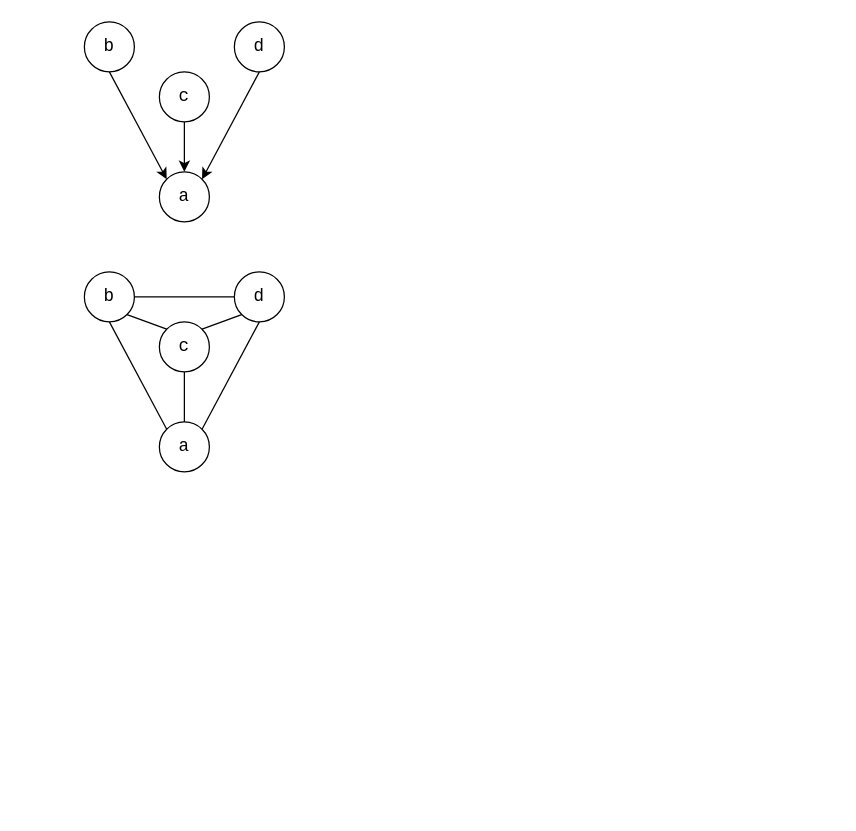
IshiKura-a/Machine_Learing keeps this draw.io diagram as img/img.drawio. Above is the earlier version. Source tidied: cells renumbered, new cells numbered last; positions are measured from the earlier drawing's top-left corner, leaving out a move shared by most shapes. Both pictures are drawn from the tidied source at 125%, with x=0, y=0 at pixel (84, 21).
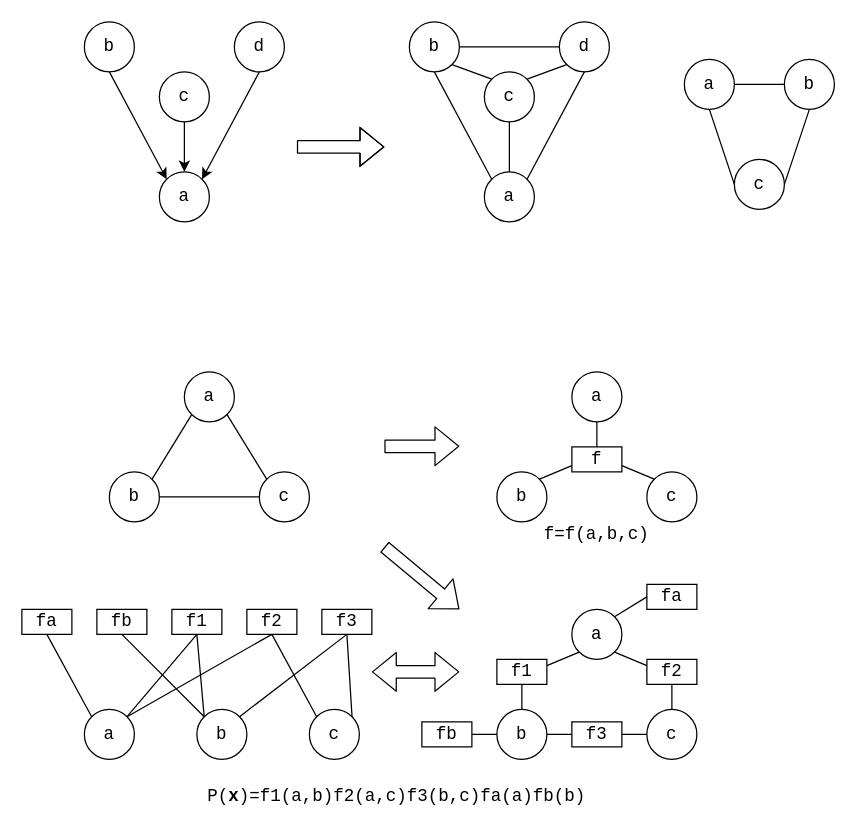
The same diagram, later.

What changed in the source:
```diff
@@
     <mxCell id="9" value="&lt;font face=&quot;Courier New&quot; style=&quot;font-size: 14px&quot;&gt;d&lt;/font&gt;" style="ellipse;whiteSpace=wrap;html=1;" parent="1" vertex="1">
-      <mxGeometry x="120" y="200" width="40" height="40" as="geometry" />
+      <mxGeometry x="380" width="40" height="40" as="geometry" />
     </mxCell>
     <mxCell id="10" value="&lt;font face=&quot;Courier New&quot; style=&quot;font-size: 14px&quot;&gt;c&lt;/font&gt;" style="ellipse;whiteSpace=wrap;html=1;" parent="1" vertex="1">
-      <mxGeometry x="60" y="240" width="40" height="40" as="geometry" />
+      <mxGeometry x="320" y="40" width="40" height="40" as="geometry" />
     </mxCell>
     <mxCell id="11" value="&lt;font face=&quot;Courier New&quot; style=&quot;font-size: 14px&quot;&gt;a&lt;/font&gt;" style="ellipse;whiteSpace=wrap;html=1;" parent="1" vertex="1">
-      <mxGeometry x="60" y="320" width="40" height="40" as="geometry" />
+      <mxGeometry x="320" y="120" width="40" height="40" as="geometry" />
     </mxCell>
     <mxCell id="12" value="&lt;font face=&quot;Courier New&quot; style=&quot;font-size: 14px&quot;&gt;b&lt;/font&gt;" style="ellipse;whiteSpace=wrap;html=1;" parent="1" vertex="1">
-      <mxGeometry y="200" width="40" height="40" as="geometry" />
+      <mxGeometry x="260" width="40" height="40" as="geometry" />
     </mxCell>
@@
+    <mxCell id="19" style="shape=flexArrow;endArrow=classic;html=1;" parent="1" edge="1">
+      <mxGeometry relative="1" as="geometry">
+        <mxPoint x="170" y="100" as="sourcePoint" />
+        <mxPoint x="240" y="100" as="targetPoint" />
+        <Array as="points">
+          <mxPoint x="200" y="100" />
+        </Array>
+      </mxGeometry>
+    </mxCell>
+    <mxCell id="20" value="&lt;font face=&quot;Courier New&quot; style=&quot;font-size: 14px&quot;&gt;a&lt;/font&gt;" style="ellipse;whiteSpace=wrap;html=1;" parent="1" vertex="1">
+      <mxGeometry x="80" y="280" width="40" height="40" as="geometry" />
+    </mxCell>
+    <mxCell id="21" value="&lt;font face=&quot;Courier New&quot; style=&quot;font-size: 14px&quot;&gt;c&lt;/font&gt;" style="ellipse;whiteSpace=wrap;html=1;" parent="1" vertex="1">
+      <mxGeometry x="140" y="360" width="40" height="40" as="geometry" />
+    </mxCell>
+    <mxCell id="22" value="&lt;font face=&quot;Courier New&quot; style=&quot;font-size: 14px&quot;&gt;b&lt;/font&gt;" style="ellipse;whiteSpace=wrap;html=1;" parent="1" vertex="1">
+      <mxGeometry x="20" y="360" width="40" height="40" as="geometry" />
+    </mxCell>
+    <mxCell id="23" style="endArrow=none;html=1;entryX=0;entryY=1;entryDx=0;entryDy=0;exitX=1;exitY=0;exitDx=0;exitDy=0;" parent="1" edge="1" source="22" target="20">
+      <mxGeometry relative="1" as="geometry" />
+    </mxCell>
+    <mxCell id="24" style="endArrow=none;html=1;entryX=1;entryY=1;entryDx=0;entryDy=0;exitX=0;exitY=0;exitDx=0;exitDy=0;" parent="1" edge="1" source="21" target="20">
+      <mxGeometry relative="1" as="geometry" />
+    </mxCell>
+    <mxCell id="25" style="endArrow=none;html=1;entryX=0;entryY=0.5;entryDx=0;entryDy=0;exitX=1;exitY=0.5;exitDx=0;exitDy=0;" parent="1" edge="1" source="22" target="21">
+      <mxGeometry relative="1" as="geometry" />
+    </mxCell>
+    <mxCell id="26" value="&lt;font face=&quot;Courier New&quot; style=&quot;font-size: 14px&quot;&gt;a&lt;/font&gt;" style="ellipse;whiteSpace=wrap;html=1;" parent="1" vertex="1">
+      <mxGeometry x="390" y="280" width="40" height="40" as="geometry" />
+    </mxCell>
+    <mxCell id="27" value="&lt;font face=&quot;Courier New&quot; style=&quot;font-size: 14px&quot;&gt;c&lt;/font&gt;" style="ellipse;whiteSpace=wrap;html=1;" parent="1" vertex="1">
+      <mxGeometry x="450" y="360" width="40" height="40" as="geometry" />
+    </mxCell>
+    <mxCell id="28" value="&lt;font face=&quot;Courier New&quot; style=&quot;font-size: 14px&quot;&gt;b&lt;/font&gt;" style="ellipse;whiteSpace=wrap;html=1;" parent="1" vertex="1">
+      <mxGeometry x="330" y="360" width="40" height="40" as="geometry" />
+    </mxCell>
+    <mxCell id="29" value="&lt;font face=&quot;Courier New&quot; style=&quot;font-size: 14px&quot;&gt;f&lt;/font&gt;" style="rounded=0;whiteSpace=wrap;html=1;" parent="1" vertex="1">
+      <mxGeometry x="390" y="340" width="40" height="20" as="geometry" />
+    </mxCell>
+    <mxCell id="30" style="endArrow=none;html=1;entryX=0.5;entryY=1;entryDx=0;entryDy=0;exitX=0.5;exitY=0;exitDx=0;exitDy=0;" parent="1" edge="1" source="29" target="26">
+      <mxGeometry relative="1" as="geometry" />
+    </mxCell>
+    <mxCell id="31" style="endArrow=none;html=1;entryX=0;entryY=0.75;entryDx=0;entryDy=0;exitX=1;exitY=0;exitDx=0;exitDy=0;" parent="1" edge="1" source="28" target="29">
+      <mxGeometry relative="1" as="geometry" />
+    </mxCell>
+    <mxCell id="32" style="endArrow=none;html=1;entryX=0;entryY=0;entryDx=0;entryDy=0;exitX=1;exitY=0.75;exitDx=0;exitDy=0;" parent="1" edge="1" source="29" target="27">
+      <mxGeometry relative="1" as="geometry" />
+    </mxCell>
+    <mxCell id="33" style="shape=flexArrow;endArrow=classic;html=1;" parent="1" edge="1">
+      <mxGeometry relative="1" as="geometry">
+        <mxPoint x="240" y="339.5" as="sourcePoint" />
+        <mxPoint x="300" y="339.5" as="targetPoint" />
+      </mxGeometry>
+    </mxCell>
+    <mxCell id="34" value="&lt;font face=&quot;Courier New&quot; style=&quot;font-size: 14px&quot;&gt;a&lt;/font&gt;" style="ellipse;whiteSpace=wrap;html=1;" parent="1" vertex="1">
+      <mxGeometry x="390" y="470" width="40" height="40" as="geometry" />
+    </mxCell>
+    <mxCell id="35" value="&lt;font face=&quot;Courier New&quot; style=&quot;font-size: 14px&quot;&gt;c&lt;/font&gt;" style="ellipse;whiteSpace=wrap;html=1;" parent="1" vertex="1">
+      <mxGeometry x="450" y="550" width="40" height="40" as="geometry" />
+    </mxCell>
+    <mxCell id="36" value="&lt;font face=&quot;Courier New&quot; style=&quot;font-size: 14px&quot;&gt;b&lt;/font&gt;" style="ellipse;whiteSpace=wrap;html=1;" parent="1" vertex="1">
+      <mxGeometry x="330" y="550" width="40" height="40" as="geometry" />
+    </mxCell>
+    <mxCell id="37" style="endArrow=none;html=1;entryX=0;entryY=1;entryDx=0;entryDy=0;exitX=1;exitY=0.25;exitDx=0;exitDy=0;" parent="1" edge="1" source="41" target="34">
+      <mxGeometry relative="1" as="geometry" />
+    </mxCell>
+    <mxCell id="38" style="endArrow=none;html=1;entryX=0.5;entryY=1;entryDx=0;entryDy=0;exitX=0.5;exitY=0;exitDx=0;exitDy=0;" parent="1" edge="1" source="36" target="41">
+      <mxGeometry relative="1" as="geometry" />
+    </mxCell>
+    <mxCell id="39" value="&lt;font face=&quot;Courier New&quot; style=&quot;font-size: 14px&quot;&gt;f2&lt;/font&gt;" style="rounded=0;whiteSpace=wrap;html=1;" parent="1" vertex="1">
+      <mxGeometry x="450" y="510" width="40" height="20" as="geometry" />
+    </mxCell>
+    <mxCell id="40" value="&lt;font face=&quot;Courier New&quot; style=&quot;font-size: 14px&quot;&gt;f3&lt;/font&gt;" style="rounded=0;whiteSpace=wrap;html=1;" parent="1" vertex="1">
+      <mxGeometry x="390" y="560" width="40" height="20" as="geometry" />
+    </mxCell>
+    <mxCell id="41" value="&lt;font face=&quot;Courier New&quot; style=&quot;font-size: 14px&quot;&gt;f1&lt;/font&gt;" style="rounded=0;whiteSpace=wrap;html=1;" parent="1" vertex="1">
+      <mxGeometry x="330" y="510" width="40" height="20" as="geometry" />
+    </mxCell>
+    <mxCell id="42" style="endArrow=none;html=1;entryX=1;entryY=1;entryDx=0;entryDy=0;exitX=0;exitY=0.25;exitDx=0;exitDy=0;" parent="1" edge="1" source="39" target="34">
+      <mxGeometry relative="1" as="geometry" />
+    </mxCell>
+    <mxCell id="43" style="endArrow=none;html=1;entryX=0;entryY=0.5;entryDx=0;entryDy=0;exitX=1;exitY=0.5;exitDx=0;exitDy=0;" parent="1" edge="1" source="36" target="40">
+      <mxGeometry relative="1" as="geometry" />
+    </mxCell>
+    <mxCell id="44" style="endArrow=none;html=1;entryX=0;entryY=0.5;entryDx=0;entryDy=0;exitX=1;exitY=0.5;exitDx=0;exitDy=0;" parent="1" edge="1" source="40" target="35">
+      <mxGeometry relative="1" as="geometry" />
+    </mxCell>
+    <mxCell id="45" style="endArrow=none;html=1;entryX=0.5;entryY=1;entryDx=0;entryDy=0;exitX=0.5;exitY=0;exitDx=0;exitDy=0;" parent="1" edge="1" source="35" target="39">
+      <mxGeometry relative="1" as="geometry" />
+    </mxCell>
+    <mxCell id="46" style="endArrow=none;html=1;entryX=1;entryY=0;entryDx=0;entryDy=0;" parent="1" edge="1" target="34">
+      <mxGeometry relative="1" as="geometry">
+        <mxPoint x="450" y="460" as="sourcePoint" />
+      </mxGeometry>
+    </mxCell>
+    <mxCell id="47" value="&lt;font face=&quot;Courier New&quot; style=&quot;font-size: 14px&quot;&gt;fa&lt;/font&gt;" style="rounded=0;whiteSpace=wrap;html=1;" parent="1" vertex="1">
+      <mxGeometry x="450" y="450" width="40" height="20" as="geometry" />
+    </mxCell>
+    <mxCell id="48" value="&lt;font face=&quot;Courier New&quot; style=&quot;font-size: 14px&quot;&gt;fb&lt;/font&gt;" style="rounded=0;whiteSpace=wrap;html=1;" parent="1" vertex="1">
+      <mxGeometry x="270" y="560" width="40" height="20" as="geometry" />
+    </mxCell>
+    <mxCell id="49" style="endArrow=none;html=1;entryX=1;entryY=0.5;entryDx=0;entryDy=0;exitX=0;exitY=0.5;exitDx=0;exitDy=0;" parent="1" edge="1" source="36" target="48">
+      <mxGeometry relative="1" as="geometry" />
+    </mxCell>
+    <mxCell id="50" style="shape=flexArrow;endArrow=classic;html=1;" parent="1" edge="1">
+      <mxGeometry relative="1" as="geometry">
+        <mxPoint x="240" y="420" as="sourcePoint" />
+        <mxPoint x="300" y="470" as="targetPoint" />
+      </mxGeometry>
+    </mxCell>
+    <mxCell id="51" style="shape=flexArrow;endArrow=classic;startArrow=classic;html=1;" parent="1" edge="1">
+      <mxGeometry relative="1" as="geometry">
+        <mxPoint x="230" y="520" as="sourcePoint" />
+        <mxPoint x="300" y="520" as="targetPoint" />
+      </mxGeometry>
+    </mxCell>
+    <mxCell id="52" value="&lt;font face=&quot;Courier New&quot; style=&quot;font-size: 14px&quot;&gt;f1&lt;/font&gt;" style="rounded=0;whiteSpace=wrap;html=1;" parent="1" vertex="1">
+      <mxGeometry x="70" y="470" width="40" height="20" as="geometry" />
+    </mxCell>
+    <mxCell id="53" value="&lt;font face=&quot;Courier New&quot; style=&quot;font-size: 14px&quot;&gt;f2&lt;/font&gt;" style="rounded=0;whiteSpace=wrap;html=1;" parent="1" vertex="1">
+      <mxGeometry x="130" y="470" width="40" height="20" as="geometry" />
+    </mxCell>
+    <mxCell id="54" value="&lt;font face=&quot;Courier New&quot; style=&quot;font-size: 14px&quot;&gt;f3&lt;/font&gt;" style="rounded=0;whiteSpace=wrap;html=1;" parent="1" vertex="1">
+      <mxGeometry x="190" y="470" width="40" height="20" as="geometry" />
+    </mxCell>
+    <mxCell id="55" value="&lt;font face=&quot;Courier New&quot; style=&quot;font-size: 14px&quot;&gt;fa&lt;/font&gt;" style="rounded=0;whiteSpace=wrap;html=1;" parent="1" vertex="1">
+      <mxGeometry x="-50" y="470" width="40" height="20" as="geometry" />
+    </mxCell>
+    <mxCell id="56" value="&lt;font face=&quot;Courier New&quot; style=&quot;font-size: 14px&quot;&gt;fb&lt;/font&gt;" style="rounded=0;whiteSpace=wrap;html=1;" parent="1" vertex="1">
+      <mxGeometry x="10" y="470" width="40" height="20" as="geometry" />
+    </mxCell>
+    <mxCell id="57" value="&lt;font face=&quot;Courier New&quot; style=&quot;font-size: 14px&quot;&gt;a&lt;/font&gt;" style="ellipse;whiteSpace=wrap;html=1;" parent="1" vertex="1">
+      <mxGeometry y="550" width="40" height="40" as="geometry" />
+    </mxCell>
+    <mxCell id="58" value="&lt;font face=&quot;Courier New&quot; style=&quot;font-size: 14px&quot;&gt;b&lt;/font&gt;" style="ellipse;whiteSpace=wrap;html=1;" parent="1" vertex="1">
+      <mxGeometry x="90" y="550" width="40" height="40" as="geometry" />
+    </mxCell>
+    <mxCell id="59" value="&lt;font face=&quot;Courier New&quot; style=&quot;font-size: 14px&quot;&gt;c&lt;/font&gt;" style="ellipse;whiteSpace=wrap;html=1;" parent="1" vertex="1">
+      <mxGeometry x="180" y="550" width="40" height="40" as="geometry" />
+    </mxCell>
+    <mxCell id="60" style="endArrow=none;html=1;entryX=0.5;entryY=1;entryDx=0;entryDy=0;exitX=0;exitY=0;exitDx=0;exitDy=0;" parent="1" edge="1" source="57" target="55">
+      <mxGeometry relative="1" as="geometry" />
+    </mxCell>
+    <mxCell id="61" style="endArrow=none;html=1;entryX=0.5;entryY=1;entryDx=0;entryDy=0;exitX=1;exitY=0;exitDx=0;exitDy=0;" parent="1" edge="1" source="57" target="52">
+      <mxGeometry relative="1" as="geometry" />
+    </mxCell>
+    <mxCell id="62" style="endArrow=none;html=1;entryX=0.5;entryY=1;entryDx=0;entryDy=0;exitX=1;exitY=0;exitDx=0;exitDy=0;" parent="1" edge="1" source="57" target="53">
+      <mxGeometry relative="1" as="geometry" />
+    </mxCell>
+    <mxCell id="63" style="endArrow=none;html=1;entryX=0.5;entryY=1;entryDx=0;entryDy=0;exitX=0;exitY=0;exitDx=0;exitDy=0;" parent="1" edge="1" source="58" target="56">
+      <mxGeometry relative="1" as="geometry" />
+    </mxCell>
+    <mxCell id="64" style="endArrow=none;html=1;entryX=0.5;entryY=1;entryDx=0;entryDy=0;exitX=0;exitY=0;exitDx=0;exitDy=0;" parent="1" edge="1" source="58" target="52">
+      <mxGeometry relative="1" as="geometry" />
+    </mxCell>
+    <mxCell id="65" style="endArrow=none;html=1;entryX=0.5;entryY=1;entryDx=0;entryDy=0;exitX=1;exitY=0;exitDx=0;exitDy=0;" parent="1" edge="1" source="58" target="54">
+      <mxGeometry relative="1" as="geometry" />
+    </mxCell>
+    <mxCell id="66" style="endArrow=none;html=1;entryX=0.5;entryY=1;entryDx=0;entryDy=0;exitX=0;exitY=0;exitDx=0;exitDy=0;" parent="1" edge="1" source="59" target="53">
+      <mxGeometry relative="1" as="geometry" />
+    </mxCell>
+    <mxCell id="67" style="endArrow=none;html=1;entryX=0.5;entryY=1;entryDx=0;entryDy=0;exitX=1;exitY=0;exitDx=0;exitDy=0;" parent="1" edge="1" source="59" target="54">
+      <mxGeometry relative="1" as="geometry" />
+    </mxCell>
+    <mxCell id="68" value="&lt;font face=&quot;Courier New&quot; style=&quot;font-size: 14px&quot;&gt;f=f(a,b,c)&lt;/font&gt;" style="text;html=1;strokeColor=none;fillColor=none;align=center;verticalAlign=middle;whiteSpace=wrap;rounded=0;" parent="1" vertex="1">
+      <mxGeometry x="365" y="400" width="90" height="20" as="geometry" />
+    </mxCell>
+    <mxCell id="69" value="&lt;font face=&quot;Courier New&quot; style=&quot;font-size: 14px&quot;&gt;P(&lt;b&gt;x&lt;/b&gt;)=f1(a,b)f2(a,c)f3(b,c)fa(a)fb(b)&lt;/font&gt;" style="text;html=1;strokeColor=none;fillColor=none;align=center;verticalAlign=middle;whiteSpace=wrap;rounded=0;" parent="1" vertex="1">
+      <mxGeometry x="80" y="610" width="340" height="20" as="geometry" />
+    </mxCell>
+    <mxCell id="70" value="&lt;font face=&quot;Courier New&quot; style=&quot;font-size: 14px&quot;&gt;a&lt;/font&gt;" style="ellipse;whiteSpace=wrap;html=1;" parent="1" vertex="1">
+      <mxGeometry x="480" y="30" width="40" height="40" as="geometry" />
+    </mxCell>
+    <mxCell id="71" value="&lt;font face=&quot;Courier New&quot; style=&quot;font-size: 14px&quot;&gt;b&lt;/font&gt;" style="ellipse;whiteSpace=wrap;html=1;" parent="1" vertex="1">
+      <mxGeometry x="560" y="30" width="40" height="40" as="geometry" />
+    </mxCell>
+    <mxCell id="72" value="&lt;font face=&quot;Courier New&quot; style=&quot;font-size: 14px&quot;&gt;c&lt;/font&gt;" style="ellipse;whiteSpace=wrap;html=1;" parent="1" vertex="1">
+      <mxGeometry x="520" y="110" width="40" height="40" as="geometry" />
+    </mxCell>
+    <mxCell id="73" style="endArrow=none;html=1;entryX=0.5;entryY=1;entryDx=0;entryDy=0;exitX=0;exitY=0.5;exitDx=0;exitDy=0;" parent="1" edge="1" source="72" target="70">
+      <mxGeometry relative="1" as="geometry" />
+    </mxCell>
+    <mxCell id="74" style="endArrow=none;html=1;entryX=1;entryY=0.5;entryDx=0;entryDy=0;exitX=0;exitY=0.5;exitDx=0;exitDy=0;" parent="1" edge="1" source="71" target="70">
+      <mxGeometry relative="1" as="geometry" />
+    </mxCell>
+    <mxCell id="75" style="endArrow=none;html=1;entryX=0.5;entryY=1;entryDx=0;entryDy=0;exitX=1;exitY=0.5;exitDx=0;exitDy=0;" parent="1" edge="1" source="72" target="71">
+      <mxGeometry relative="1" as="geometry" />
+    </mxCell>
```
